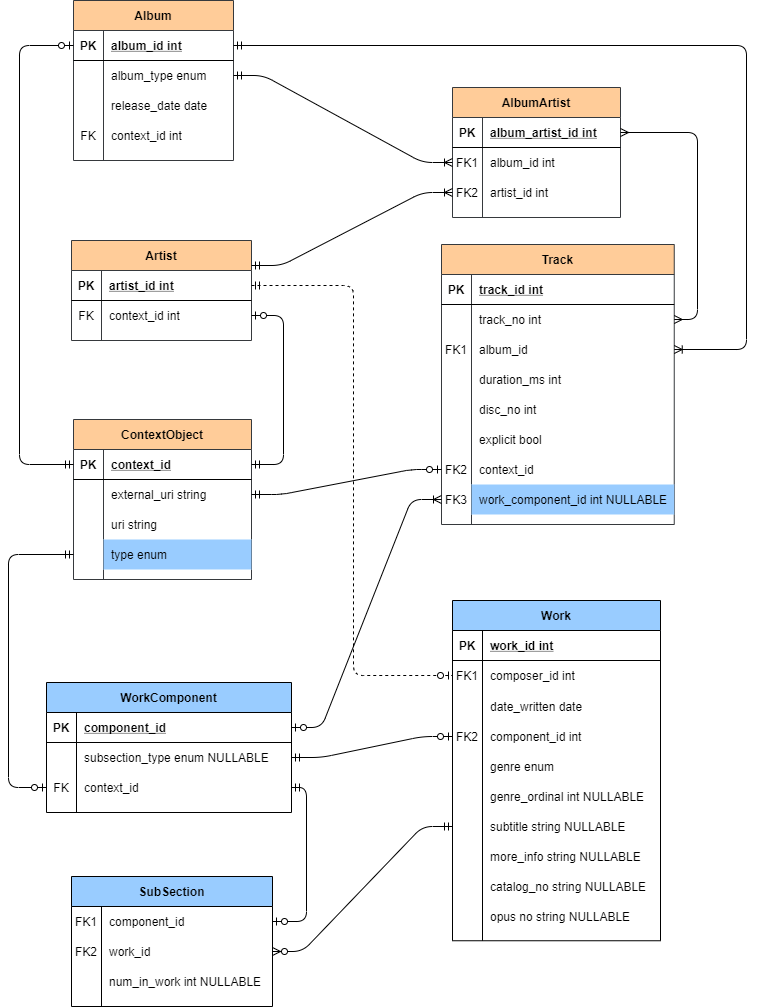
This is docs/spotify_opus_erd.png from james-menzies/spotify_opus, a draw.io export, as it was before one commit. Source tidied: cells renumbered, new cells last; positions are measured from the earlier drawing's top-left corner, leaving out a move shared by most shapes.
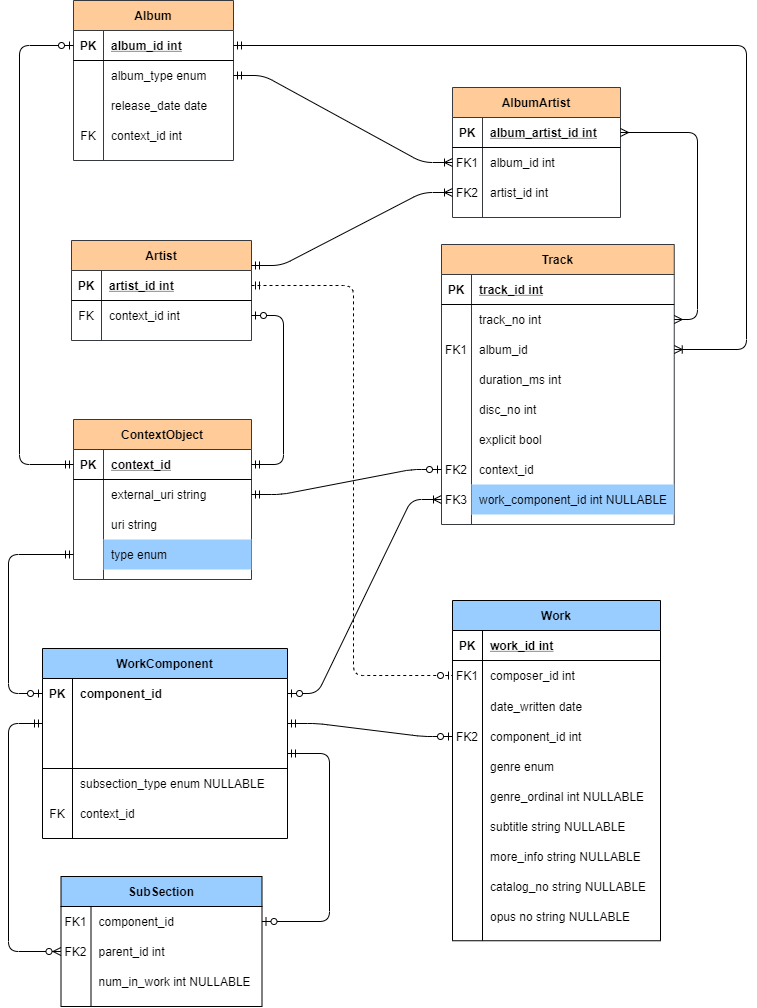
Above is the later version.

Commit message:
erd reworked again mostly cosmetic changes

Change to the diagram source:
```diff
@@ -245,19 +245,37 @@
       <mxGeometry relative="1" as="geometry" />
     </mxCell>
     <mxCell id="77" value="WorkComponent" style="shape=table;startSize=30;rowLines=0;fontStyle=1;align=center;fillColor=#99CCFF;" parent="1" vertex="1">
-      <mxGeometry x="38" y="682" width="245" height="130" as="geometry" />
+      <mxGeometry x="34" y="648" width="245" height="190" as="geometry" />
     </mxCell>
+    <mxCell id="134" style="shape=partialRectangle;fillColor=none;top=0;left=0;bottom=0;right=0;points=[[0,0.5],[1,0.5]];portConstraint=eastwest;startSize=30;" parent="77" vertex="1">
+      <mxGeometry y="30" width="245" height="30" as="geometry" />
+    </mxCell>
+    <mxCell id="135" value="PK" style="shape=partialRectangle;fillColor=none;top=0;left=0;bottom=0;right=0;overflow=hidden;fontStyle=1;" parent="134" vertex="1">
+      <mxGeometry width="30" height="30" as="geometry" />
+    </mxCell>
+    <mxCell id="136" value="component_id" style="shape=partialRectangle;fillColor=none;top=0;left=0;bottom=0;right=0;align=left;spacingLeft=6;overflow=hidden;fontStyle=1;" parent="134" vertex="1">
+      <mxGeometry x="30" width="215" height="30" as="geometry" />
+    </mxCell>
+    <mxCell id="137" style="shape=partialRectangle;fillColor=none;top=0;left=0;bottom=0;right=0;points=[[0,0.5],[1,0.5]];portConstraint=eastwest;startSize=30;" parent="77" vertex="1">
+      <mxGeometry y="60" width="245" height="30" as="geometry" />
+    </mxCell>
+    <mxCell id="138" style="shape=partialRectangle;fillColor=none;top=0;left=0;bottom=0;right=0;overflow=hidden;fontStyle=1;" parent="137" vertex="1">
+      <mxGeometry width="30" height="30" as="geometry" />
+    </mxCell>
+    <mxCell id="139" style="shape=partialRectangle;fillColor=none;top=0;left=0;bottom=0;right=0;align=left;spacingLeft=6;overflow=hidden;fontStyle=1;" parent="137" vertex="1">
+      <mxGeometry x="30" width="215" height="30" as="geometry" />
+    </mxCell>
     <mxCell id="78" style="shape=partialRectangle;fillColor=none;top=0;left=0;bottom=1;right=0;points=[[0,0.5],[1,0.5]];portConstraint=eastwest;" parent="77" vertex="1">
-      <mxGeometry y="30" width="245" height="30" as="geometry" />
+      <mxGeometry y="90" width="245" height="30" as="geometry" />
     </mxCell>
-    <mxCell id="79" value="PK" style="shape=partialRectangle;fillColor=none;top=0;left=0;bottom=0;right=0;fontStyle=1;overflow=hidden;" parent="78" vertex="1">
+    <mxCell id="79" style="shape=partialRectangle;fillColor=none;top=0;left=0;bottom=0;right=0;fontStyle=1;overflow=hidden;" parent="78" vertex="1">
       <mxGeometry width="30" height="30" as="geometry" />
     </mxCell>
-    <mxCell id="80" value="component_id" style="shape=partialRectangle;fillColor=none;top=0;left=0;bottom=0;right=0;align=left;spacingLeft=6;fontStyle=5;overflow=hidden;" parent="78" vertex="1">
+    <mxCell id="80" style="shape=partialRectangle;fillColor=none;top=0;left=0;bottom=0;right=0;align=left;spacingLeft=6;fontStyle=5;overflow=hidden;" parent="78" vertex="1">
       <mxGeometry x="30" width="215" height="30" as="geometry" />
     </mxCell>
     <mxCell id="81" style="shape=partialRectangle;fillColor=none;top=0;left=0;bottom=0;right=0;points=[[0,0.5],[1,0.5]];portConstraint=eastwest;" parent="77" vertex="1">
-      <mxGeometry y="60" width="245" height="30" as="geometry" />
+      <mxGeometry y="120" width="245" height="30" as="geometry" />
     </mxCell>
     <mxCell id="82" style="shape=partialRectangle;fillColor=none;top=0;left=0;bottom=0;right=0;overflow=hidden;" parent="81" vertex="1">
       <mxGeometry width="30" height="30" as="geometry" />
@@ -266,7 +284,7 @@
       <mxGeometry x="30" width="215" height="30" as="geometry" />
     </mxCell>
     <mxCell id="84" style="shape=partialRectangle;fillColor=none;top=0;left=0;bottom=0;right=0;points=[[0,0.5],[1,0.5]];portConstraint=eastwest;" parent="77" vertex="1">
-      <mxGeometry y="90" width="245" height="30" as="geometry" />
+      <mxGeometry y="150" width="245" height="30" as="geometry" />
     </mxCell>
     <mxCell id="85" value="FK" style="shape=partialRectangle;fillColor=none;top=0;left=0;bottom=0;right=0;overflow=hidden;" parent="84" vertex="1">
       <mxGeometry width="30" height="30" as="geometry" />
@@ -367,7 +385,7 @@
     <mxCell id="117" value="opus no string NULLABLE" style="shape=partialRectangle;fillColor=none;top=0;left=0;bottom=0;right=0;align=left;spacingLeft=6;overflow=hidden;" parent="115" vertex="1">
       <mxGeometry x="30" width="178" height="30" as="geometry" />
     </mxCell>
-    <mxCell id="118" style="edgeStyle=elbowEdgeStyle;fontSize=12;html=1;endArrow=ERzeroToOne;startArrow=ERmandOne;exitX=0;exitY=0.5;exitDx=0;exitDy=0;" parent="1" edge="1" source="71" target="84">
+    <mxCell id="118" style="edgeStyle=elbowEdgeStyle;fontSize=12;html=1;endArrow=ERzeroToOne;startArrow=ERmandOne;exitX=0;exitY=0.5;exitDx=0;exitDy=0;entryX=0;entryY=0.5;entryDx=0;entryDy=0;" parent="1" edge="1" source="71" target="134">
       <mxGeometry relative="1" as="geometry">
         <Array as="points">
           <mxPoint y="671" />
@@ -375,7 +393,7 @@
       </mxGeometry>
     </mxCell>
     <mxCell id="119" value="SubSection" style="shape=table;startSize=30;rowLines=0;fontStyle=1;align=center;labelBackgroundColor=none;fillColor=#99CCFF;" parent="1" vertex="1">
-      <mxGeometry x="63" y="876" width="201" height="130" as="geometry" />
+      <mxGeometry x="52.5" y="876" width="201" height="130" as="geometry" />
     </mxCell>
     <mxCell id="120" style="shape=partialRectangle;fillColor=none;top=0;left=0;bottom=0;right=0;points=[[0,0.5],[1,0.5]];portConstraint=eastwest;" parent="119" vertex="1">
       <mxGeometry y="30" width="201" height="30" as="geometry" />
@@ -392,7 +410,7 @@
     <mxCell id="124" value="FK2" style="shape=partialRectangle;fillColor=none;top=0;left=0;bottom=0;right=0;overflow=hidden;" parent="123" vertex="1">
       <mxGeometry width="30" height="30" as="geometry" />
     </mxCell>
-    <mxCell id="125" value="work_id" style="shape=partialRectangle;fillColor=none;top=0;left=0;bottom=0;right=0;align=left;spacingLeft=6;overflow=hidden;" parent="123" vertex="1">
+    <mxCell id="125" value="parent_id int" style="shape=partialRectangle;fillColor=none;top=0;left=0;bottom=0;right=0;align=left;spacingLeft=6;overflow=hidden;" parent="123" vertex="1">
       <mxGeometry x="30" width="171" height="30" as="geometry" />
     </mxCell>
     <mxCell id="126" style="shape=partialRectangle;fillColor=none;top=0;left=0;bottom=0;right=0;" parent="119" vertex="1">
@@ -411,19 +429,23 @@
         </Array>
       </mxGeometry>
     </mxCell>
-    <mxCell id="130" style="edgeStyle=entityRelationEdgeStyle;fontSize=12;html=1;endArrow=ERoneToMany;startArrow=ERzeroToOne;labelBackgroundColor=none;entryX=0;entryY=0.5;entryDx=0;entryDy=0;exitX=1;exitY=0.5;exitDx=0;exitDy=0;startFill=1;endFill=0;" parent="1" edge="1" source="78" target="24">
+    <mxCell id="130" style="edgeStyle=entityRelationEdgeStyle;fontSize=12;html=1;endArrow=ERoneToMany;startArrow=ERzeroToOne;labelBackgroundColor=none;entryX=0;entryY=0.5;entryDx=0;entryDy=0;exitX=1;exitY=0.5;exitDx=0;exitDy=0;startFill=1;endFill=0;" parent="1" edge="1" source="134" target="24">
       <mxGeometry relative="1" as="geometry" />
     </mxCell>
-    <mxCell id="131" style="edgeStyle=entityRelationEdgeStyle;fontSize=12;html=1;endArrow=ERzeroToMany;startArrow=ERmandOne;labelBackgroundColor=none;exitX=0;exitY=0.5;exitDx=0;exitDy=0;entryX=1;entryY=0.5;entryDx=0;entryDy=0;" parent="1" edge="1" source="106" target="123">
-      <mxGeometry relative="1" as="geometry" />
+    <mxCell id="131" style="edgeStyle=elbowEdgeStyle;fontSize=12;html=1;endArrow=ERzeroToMany;startArrow=ERmandOne;labelBackgroundColor=none;entryX=0;entryY=0.5;entryDx=0;entryDy=0;exitX=0;exitY=0.5;exitDx=0;exitDy=0;" parent="1" edge="1" source="137" target="123">
+      <mxGeometry relative="1" as="geometry">
+        <Array as="points">
+          <mxPoint y="840" />
+        </Array>
+      </mxGeometry>
     </mxCell>
-    <mxCell id="132" style="edgeStyle=entityRelationEdgeStyle;fontSize=12;html=1;endArrow=ERzeroToOne;startArrow=ERmandOne;labelBackgroundColor=none;exitX=1;exitY=0.5;exitDx=0;exitDy=0;entryX=0;entryY=0.5;entryDx=0;entryDy=0;" parent="1" edge="1" source="81" target="97">
+    <mxCell id="132" style="edgeStyle=entityRelationEdgeStyle;fontSize=12;html=1;endArrow=ERzeroToOne;startArrow=ERmandOne;labelBackgroundColor=none;exitX=1;exitY=0.5;exitDx=0;exitDy=0;entryX=0;entryY=0.5;entryDx=0;entryDy=0;" parent="1" edge="1" source="137" target="97">
       <mxGeometry relative="1" as="geometry" />
     </mxCell>
-    <mxCell id="133" style="edgeStyle=elbowEdgeStyle;fontSize=12;html=1;endArrow=ERzeroToOne;startArrow=ERmandOne;labelBackgroundColor=none;exitX=1;exitY=0.5;exitDx=0;exitDy=0;" parent="1" edge="1" source="84" target="120">
+    <mxCell id="133" style="edgeStyle=elbowEdgeStyle;fontSize=12;html=1;endArrow=ERzeroToOne;startArrow=ERmandOne;labelBackgroundColor=none;exitX=1;exitY=0.5;exitDx=0;exitDy=0;" parent="1" edge="1" source="78" target="120">
       <mxGeometry relative="1" as="geometry">
         <Array as="points">
-          <mxPoint x="298" y="848" />
+          <mxPoint x="321" y="831" />
         </Array>
       </mxGeometry>
     </mxCell>
```
